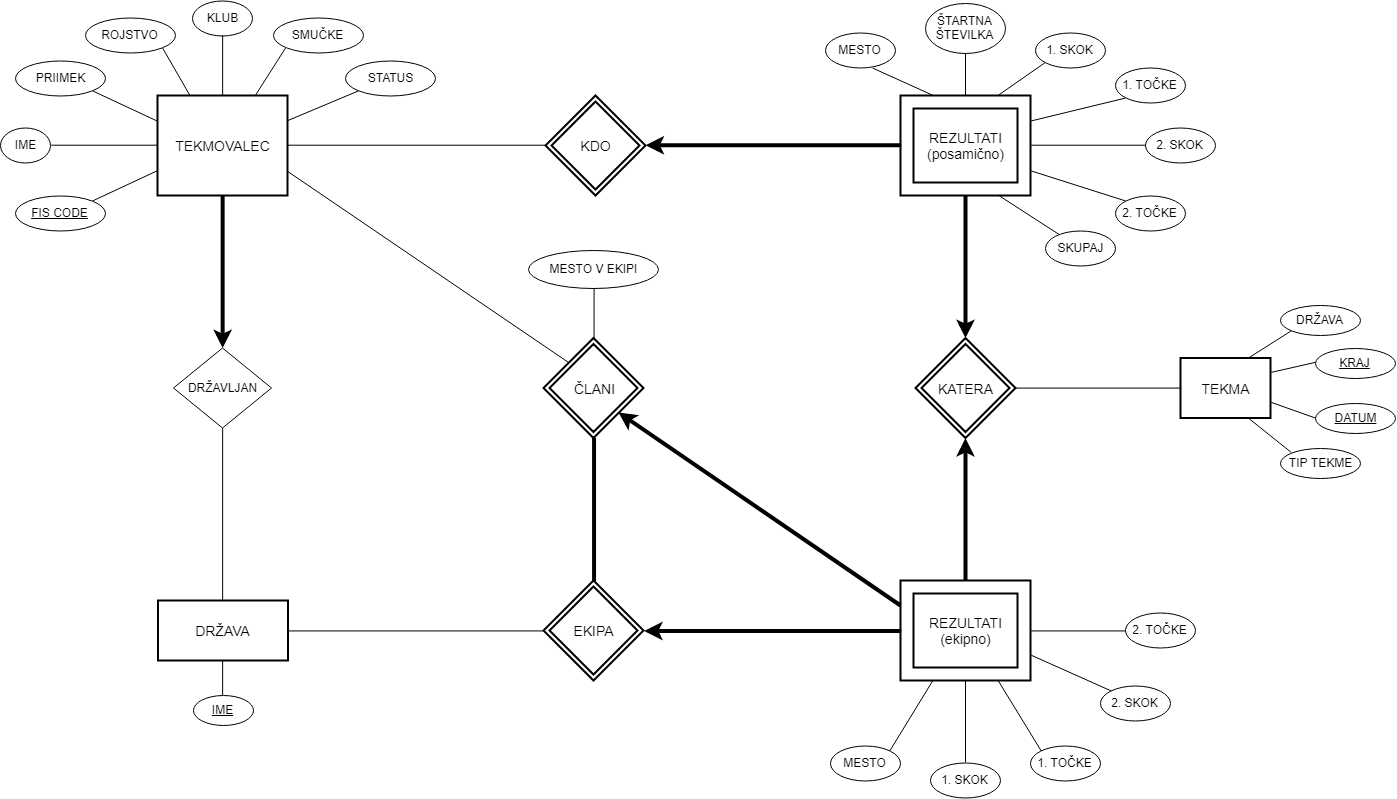
Tejchy85/Skoki keeps this draw.io diagram as ER-diagram.png. Above is the earlier version. Source tidied: cells renumbered, new cells last; positions are measured from the earlier drawing's top-left corner, leaving out a move shared by most shapes.
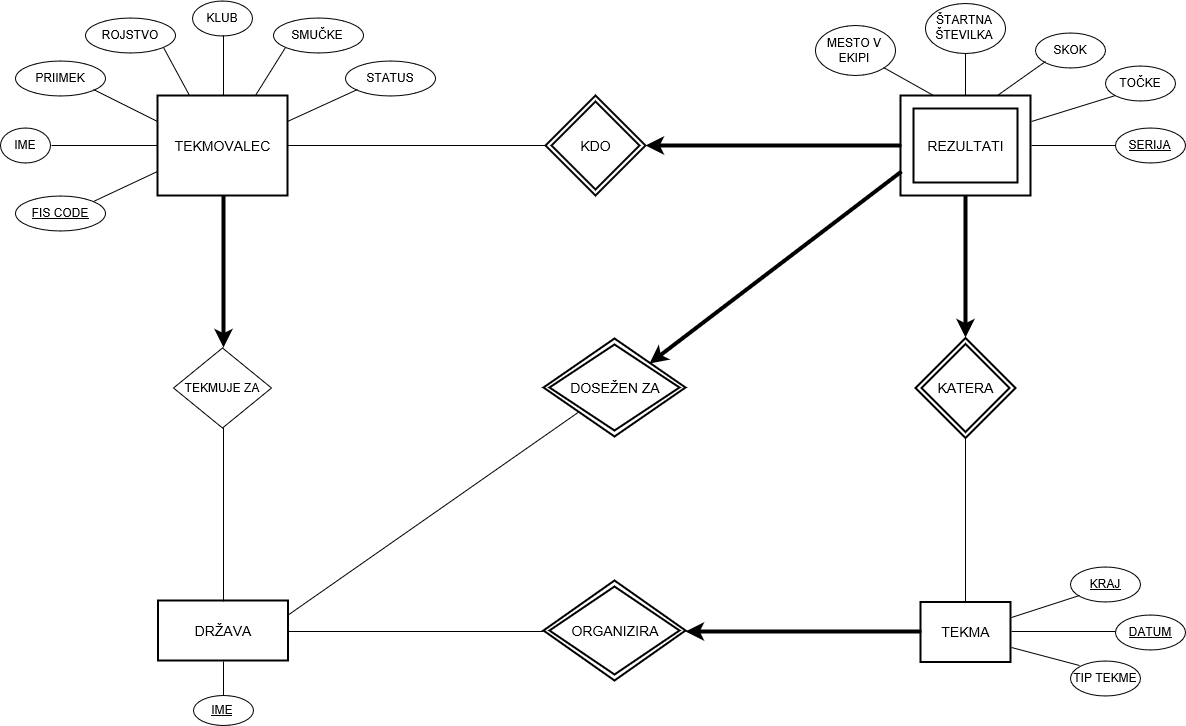
After the commit.

Commit message:
Izboljsali ER-diagram

What changed in the source:
```diff
@@ -2,23 +2,17 @@
   <root>
     <mxCell id="0" />
     <mxCell id="1" parent="0" />
-    <mxCell id="2" value="2. SKOK" style="ellipse;whiteSpace=wrap;html=1;strokeWidth=1;" parent="1" vertex="1">
-      <mxGeometry x="1145" y="127.5" width="70" height="35" as="geometry" />
-    </mxCell>
-    <mxCell id="3" value="1. TOČKE" style="ellipse;whiteSpace=wrap;html=1;strokeWidth=1;" parent="1" vertex="1">
-      <mxGeometry x="1115" y="67.5" width="70" height="35" as="geometry" />
+    <mxCell id="3" value="TOČKE" style="ellipse;whiteSpace=wrap;html=1;strokeWidth=1;" parent="1" vertex="1">
+      <mxGeometry x="1105" y="65" width="70" height="35" as="geometry" />
     </mxCell>
-    <mxCell id="4" value="2. TOČKE" style="ellipse;whiteSpace=wrap;html=1;strokeWidth=1;" parent="1" vertex="1">
-      <mxGeometry x="1115" y="195" width="70" height="35" as="geometry" />
-    </mxCell>
-    <mxCell id="5" value="SKUPAJ" style="ellipse;whiteSpace=wrap;html=1;strokeWidth=1;" parent="1" vertex="1">
-      <mxGeometry x="1045" y="230" width="70" height="35" as="geometry" />
+    <mxCell id="5" value="&lt;u&gt;SERIJA&lt;/u&gt;" style="ellipse;whiteSpace=wrap;html=1;strokeWidth=1;" parent="1" vertex="1">
+      <mxGeometry x="1115" y="127.5" width="70" height="35" as="geometry" />
     </mxCell>
     <mxCell id="6" value="KATERA&lt;br&gt;" style="shape=rhombus;double=1;strokeWidth=2;fontSize=17;perimeter=rhombusPerimeter;whiteSpace=wrap;html=1;align=center;fontSize=14;" parent="1" vertex="1">
       <mxGeometry x="915" y="337.5" width="100" height="100" as="geometry" />
     </mxCell>
     <mxCell id="7" value="TEKMA&lt;br&gt;" style="strokeWidth=2;whiteSpace=wrap;html=1;align=center;fontSize=14;" parent="1" vertex="1">
-      <mxGeometry x="1180" y="357.5" width="90" height="60" as="geometry" />
+      <mxGeometry x="920" y="601.5" width="90" height="60" as="geometry" />
     </mxCell>
     <mxCell id="8" style="edgeStyle=none;rounded=0;jettySize=auto;html=1;exitX=0.5;exitY=1;exitDx=0;exitDy=0;entryX=0.5;entryY=0;entryDx=0;entryDy=0;strokeWidth=4;" parent="1" edge="1" source="9" target="24">
       <mxGeometry relative="1" as="geometry" />
@@ -36,25 +30,22 @@
       <mxGeometry x="15" y="60" width="90" height="35" as="geometry" />
     </mxCell>
     <mxCell id="13" value="KRAJ" style="ellipse;strokeWidth=1;whiteSpace=wrap;html=1;fontStyle=4;" parent="1" vertex="1">
-      <mxGeometry x="1315" y="347.5" width="80" height="30" as="geometry" />
+      <mxGeometry x="1070" y="566.5" width="70" height="35" as="geometry" />
     </mxCell>
     <mxCell id="14" value="ROJSTVO" style="ellipse;whiteSpace=wrap;html=1;" parent="1" vertex="1">
       <mxGeometry x="85" y="17.5" width="90" height="35" as="geometry" />
     </mxCell>
     <mxCell id="15" value="&lt;u&gt;DATUM&lt;/u&gt;" style="ellipse;whiteSpace=wrap;html=1;strokeWidth=1;" parent="1" vertex="1">
-      <mxGeometry x="1315" y="402.5" width="80" height="30" as="geometry" />
+      <mxGeometry x="1115" y="614" width="70" height="35" as="geometry" />
     </mxCell>
     <mxCell id="16" value="KLUB" style="ellipse;whiteSpace=wrap;html=1;" parent="1" vertex="1">
       <mxGeometry x="192" width="60" height="35" as="geometry" />
     </mxCell>
-    <mxCell id="17" value="DRŽAVA" style="ellipse;whiteSpace=wrap;html=1;strokeWidth=1;" parent="1" vertex="1">
-      <mxGeometry x="1280" y="305" width="80" height="30" as="geometry" />
-    </mxCell>
     <mxCell id="18" value="STATUS" style="ellipse;whiteSpace=wrap;html=1;" parent="1" vertex="1">
       <mxGeometry x="345" y="60" width="90" height="35" as="geometry" />
     </mxCell>
     <mxCell id="19" value="&lt;span&gt;TIP TEKME&lt;/span&gt;" style="ellipse;whiteSpace=wrap;html=1;strokeWidth=1;fontStyle=0;" parent="1" vertex="1">
-      <mxGeometry x="1280" y="447.5" width="80" height="30" as="geometry" />
+      <mxGeometry x="1070" y="660" width="70" height="35" as="geometry" />
     </mxCell>
     <mxCell id="20" value="SMUČKE" style="ellipse;whiteSpace=wrap;html=1;" parent="1" vertex="1">
       <mxGeometry x="272.5" y="17.5" width="90" height="35" as="geometry" />
@@ -62,58 +53,37 @@
     <mxCell id="21" value="&lt;u&gt;IME&lt;/u&gt;" style="ellipse;whiteSpace=wrap;html=1;" parent="1" vertex="1">
       <mxGeometry x="192.5" y="695" width="60" height="30" as="geometry" />
     </mxCell>
-    <mxCell id="22" value="MESTO" style="ellipse;whiteSpace=wrap;html=1;" parent="1" vertex="1">
-      <mxGeometry x="825" y="32.5" width="70" height="35" as="geometry" />
+    <mxCell id="22" value="MESTO V EKIPI&lt;br&gt;" style="ellipse;whiteSpace=wrap;html=1;" parent="1" vertex="1">
+      <mxGeometry x="815" y="25" width="80" height="50" as="geometry" />
     </mxCell>
     <mxCell id="23" value="ŠTARTNA ŠTEVILKA" style="ellipse;whiteSpace=wrap;html=1;" parent="1" vertex="1">
       <mxGeometry x="925" y="2.5" width="80" height="50" as="geometry" />
     </mxCell>
-    <mxCell id="24" value="DRŽAVLJAN" style="rhombus;whiteSpace=wrap;html=1;" parent="1" vertex="1">
+    <mxCell id="24" value="TEKMUJE ZA&lt;br&gt;" style="rhombus;whiteSpace=wrap;html=1;" parent="1" vertex="1">
       <mxGeometry x="173" y="347.5" width="98" height="80" as="geometry" />
     </mxCell>
     <mxCell id="25" value="KDO&lt;br&gt;" style="shape=rhombus;double=1;strokeWidth=2;fontSize=17;perimeter=rhombusPerimeter;whiteSpace=wrap;html=1;align=center;fontSize=14;" parent="1" vertex="1">
       <mxGeometry x="545" y="95" width="100" height="100" as="geometry" />
     </mxCell>
-    <mxCell id="26" value="REZULTATI (ekipno)&lt;br&gt;" style="shape=ext;strokeWidth=2;margin=10;double=1;whiteSpace=wrap;html=1;align=center;fontSize=14;" parent="1" vertex="1">
-      <mxGeometry x="900" y="580" width="130" height="100" as="geometry" />
-    </mxCell>
-    <mxCell id="27" value="1. SKOK" style="ellipse;whiteSpace=wrap;html=1;strokeWidth=1;" parent="1" vertex="1">
+    <mxCell id="27" value="SKOK" style="ellipse;whiteSpace=wrap;html=1;strokeWidth=1;" parent="1" vertex="1">
       <mxGeometry x="1035" y="32.5" width="70" height="35" as="geometry" />
     </mxCell>
     <mxCell id="28" value="&lt;u&gt;FIS CODE&lt;/u&gt;" style="ellipse;whiteSpace=wrap;html=1;" parent="1" vertex="1">
       <mxGeometry x="15" y="195" width="90" height="35" as="geometry" />
     </mxCell>
-    <mxCell id="29" value="REZULTATI (posamično)&lt;br&gt;" style="shape=ext;strokeWidth=2;margin=10;double=1;whiteSpace=wrap;html=1;align=center;fontSize=14;" parent="1" vertex="1">
+    <mxCell id="29" value="&lt;div&gt;REZULTATI&lt;/div&gt;" style="shape=ext;strokeWidth=2;margin=10;double=1;whiteSpace=wrap;html=1;align=center;fontSize=14;" parent="1" vertex="1">
       <mxGeometry x="900" y="95" width="130" height="100" as="geometry" />
     </mxCell>
-    <mxCell id="30" value="1. SKOK&lt;br&gt;" style="ellipse;whiteSpace=wrap;html=1;strokeWidth=1;" parent="1" vertex="1">
-      <mxGeometry x="930" y="762.5" width="70" height="35" as="geometry" />
-    </mxCell>
-    <mxCell id="31" value="2. SKOK" style="ellipse;whiteSpace=wrap;html=1;strokeWidth=1;" parent="1" vertex="1">
-      <mxGeometry x="1100" y="685" width="70" height="35" as="geometry" />
-    </mxCell>
-    <mxCell id="32" value="2. TOČKE" style="ellipse;whiteSpace=wrap;html=1;strokeWidth=1;" parent="1" vertex="1">
-      <mxGeometry x="1125" y="612.5" width="70" height="35" as="geometry" />
-    </mxCell>
-    <mxCell id="33" value="MESTO" style="ellipse;whiteSpace=wrap;html=1;strokeWidth=1;" parent="1" vertex="1">
-      <mxGeometry x="830" y="745" width="70" height="35" as="geometry" />
-    </mxCell>
-    <mxCell id="34" value="1. TOČKE" style="ellipse;whiteSpace=wrap;html=1;strokeWidth=1;" parent="1" vertex="1">
-      <mxGeometry x="1030" y="745" width="70" height="35" as="geometry" />
-    </mxCell>
-    <mxCell id="35" value="ČLANI&lt;br&gt;" style="shape=rhombus;double=1;strokeWidth=2;fontSize=17;perimeter=rhombusPerimeter;whiteSpace=wrap;html=1;align=center;fontSize=14;" parent="1" vertex="1">
-      <mxGeometry x="543" y="337.5" width="100" height="100" as="geometry" />
+    <mxCell id="35" value="DOSEŽEN ZA&lt;br&gt;" style="shape=rhombus;double=1;strokeWidth=2;fontSize=17;perimeter=rhombusPerimeter;whiteSpace=wrap;html=1;align=center;fontSize=14;" parent="1" vertex="1">
+      <mxGeometry x="543" y="338" width="142" height="98" as="geometry" />
     </mxCell>
-    <mxCell id="36" value="EKIPA&lt;br&gt;" style="shape=rhombus;double=1;strokeWidth=2;fontSize=17;perimeter=rhombusPerimeter;whiteSpace=wrap;html=1;align=center;fontSize=14;" parent="1" vertex="1">
-      <mxGeometry x="543" y="580" width="100" height="100" as="geometry" />
+    <mxCell id="36" value="ORGANIZIRA&lt;br&gt;" style="shape=rhombus;double=1;strokeWidth=2;fontSize=17;perimeter=rhombusPerimeter;whiteSpace=wrap;html=1;align=center;fontSize=14;" parent="1" vertex="1">
+      <mxGeometry x="543" y="580" width="142" height="100" as="geometry" />
     </mxCell>
-    <mxCell id="37" value="MESTO V EKIPI" style="ellipse;whiteSpace=wrap;html=1;strokeWidth=1;" parent="1" vertex="1">
-      <mxGeometry x="528" y="250" width="130" height="38" as="geometry" />
-    </mxCell>
     <mxCell id="38" style="endArrow=none;html=1;entryX=0;entryY=0.75;entryDx=0;entryDy=0;exitX=1;exitY=0;exitDx=0;exitDy=0;" parent="1" edge="1" source="28" target="9">
       <mxGeometry relative="1" as="geometry" />
     </mxCell>
-    <mxCell id="39" style="endArrow=none;html=1;exitX=0.675;exitY=1.013;exitDx=0;exitDy=0;exitPerimeter=0;entryX=0.25;entryY=0;entryDx=0;entryDy=0;" parent="1" edge="1" source="22" target="29">
+    <mxCell id="39" style="endArrow=none;html=1;exitX=1;exitY=1;exitDx=0;exitDy=0;entryX=0.25;entryY=0;entryDx=0;entryDy=0;" parent="1" edge="1" source="22" target="29">
       <mxGeometry relative="1" as="geometry" />
     </mxCell>
     <mxCell id="40" style="endArrow=none;html=1;entryX=0;entryY=0.5;entryDx=0;entryDy=0;exitX=1;exitY=0.5;exitDx=0;exitDy=0;" parent="1" edge="1" source="10" target="9">
@@ -143,7 +113,7 @@
     <mxCell id="48" style="endArrow=none;html=1;entryX=0;entryY=0.5;entryDx=0;entryDy=0;exitX=1;exitY=0.5;exitDx=0;exitDy=0;" parent="1" edge="1" source="11" target="36">
       <mxGeometry relative="1" as="geometry" />
     </mxCell>
-    <mxCell id="49" style="endArrow=classic;html=1;entryX=1;entryY=0.5;entryDx=0;entryDy=0;exitX=0;exitY=0.5;exitDx=0;exitDy=0;strokeWidth=4;startArrow=none;startFill=0;endFill=1;" parent="1" edge="1" source="26" target="36">
+    <mxCell id="49" style="endArrow=classic;html=1;entryX=1;entryY=0.5;entryDx=0;entryDy=0;exitX=0;exitY=0.5;exitDx=0;exitDy=0;strokeWidth=4;startArrow=none;startFill=0;endFill=1;" parent="1" edge="1" source="7" target="36">
       <mxGeometry relative="1" as="geometry" />
     </mxCell>
     <mxCell id="50" style="endArrow=none;html=1;entryX=0.5;entryY=0;entryDx=0;entryDy=0;" parent="1" edge="1" source="23" target="29">
@@ -155,70 +125,35 @@
     <mxCell id="52" style="endArrow=none;html=1;exitX=0;exitY=1;exitDx=0;exitDy=0;entryX=1;entryY=0.25;entryDx=0;entryDy=0;" parent="1" edge="1" source="3" target="29">
       <mxGeometry relative="1" as="geometry" />
     </mxCell>
-    <mxCell id="53" style="endArrow=none;html=1;entryX=0.25;entryY=1;entryDx=0;entryDy=0;exitX=1;exitY=0;exitDx=0;exitDy=0;" parent="1" edge="1" source="33" target="26">
-      <mxGeometry relative="1" as="geometry" />
-    </mxCell>
-    <mxCell id="54" style="endArrow=none;html=1;exitX=0;exitY=0;exitDx=0;exitDy=0;entryX=1;entryY=0.75;entryDx=0;entryDy=0;" parent="1" edge="1" source="4" target="29">
-      <mxGeometry relative="1" as="geometry" />
-    </mxCell>
-    <mxCell id="55" style="endArrow=none;html=1;exitX=0;exitY=0.5;exitDx=0;exitDy=0;entryX=1;entryY=0.5;entryDx=0;entryDy=0;" parent="1" edge="1" source="2" target="29">
-      <mxGeometry relative="1" as="geometry" />
-    </mxCell>
-    <mxCell id="56" style="endArrow=none;html=1;entryX=0.5;entryY=1;entryDx=0;entryDy=0;exitX=0.5;exitY=0;exitDx=0;exitDy=0;" parent="1" edge="1" source="30" target="26">
-      <mxGeometry relative="1" as="geometry" />
-    </mxCell>
-    <mxCell id="57" style="endArrow=none;html=1;entryX=0.75;entryY=1;entryDx=0;entryDy=0;" parent="1" edge="1" source="5" target="29">
+    <mxCell id="57" style="endArrow=none;html=1;entryX=1;entryY=0.5;entryDx=0;entryDy=0;" parent="1" edge="1" source="5" target="29">
       <mxGeometry relative="1" as="geometry" />
     </mxCell>
-    <mxCell id="58" style="endArrow=none;html=1;exitX=0;exitY=1;exitDx=0;exitDy=0;entryX=0.75;entryY=0;entryDx=0;entryDy=0;" parent="1" edge="1" source="17" target="7">
-      <mxGeometry relative="1" as="geometry" />
-    </mxCell>
-    <mxCell id="59" style="endArrow=none;html=1;entryX=0.75;entryY=1;entryDx=0;entryDy=0;exitX=0;exitY=0;exitDx=0;exitDy=0;" parent="1" edge="1" source="34" target="26">
-      <mxGeometry relative="1" as="geometry" />
-    </mxCell>
-    <mxCell id="60" style="endArrow=none;html=1;entryX=1;entryY=0.75;entryDx=0;entryDy=0;exitX=0;exitY=0;exitDx=0;exitDy=0;" parent="1" edge="1" source="31" target="26">
-      <mxGeometry relative="1" as="geometry" />
-    </mxCell>
-    <mxCell id="61" style="endArrow=none;html=1;exitX=0;exitY=0.5;exitDx=0;exitDy=0;entryX=1;entryY=0.25;entryDx=0;entryDy=0;" parent="1" edge="1" source="13" target="7">
+    <mxCell id="61" style="endArrow=none;html=1;exitX=0;exitY=1;exitDx=0;exitDy=0;entryX=1;entryY=0.25;entryDx=0;entryDy=0;" parent="1" edge="1" source="13" target="7">
       <mxGeometry relative="1" as="geometry" />
     </mxCell>
-    <mxCell id="62" style="endArrow=none;html=1;entryX=1;entryY=0.75;entryDx=0;entryDy=0;exitX=0;exitY=0.5;exitDx=0;exitDy=0;" parent="1" edge="1" source="15" target="7">
+    <mxCell id="62" style="endArrow=none;html=1;entryX=1;entryY=0.5;entryDx=0;entryDy=0;exitX=0;exitY=0.5;exitDx=0;exitDy=0;" parent="1" edge="1" source="15" target="7">
       <mxGeometry relative="1" as="geometry" />
     </mxCell>
-    <mxCell id="63" style="endArrow=none;html=1;exitX=0;exitY=0;exitDx=0;exitDy=0;entryX=0.75;entryY=1;entryDx=0;entryDy=0;" parent="1" edge="1" source="19" target="7">
+    <mxCell id="63" style="endArrow=none;html=1;exitX=0;exitY=0;exitDx=0;exitDy=0;entryX=1;entryY=0.75;entryDx=0;entryDy=0;" parent="1" edge="1" source="19" target="7">
       <mxGeometry relative="1" as="geometry" />
     </mxCell>
-    <mxCell id="64" style="endArrow=none;html=1;exitX=0.5;exitY=0;exitDx=0;exitDy=0;entryX=0.5;entryY=1;entryDx=0;entryDy=0;" parent="1" edge="1" source="35" target="37">
-      <mxGeometry relative="1" as="geometry" />
-    </mxCell>
-    <mxCell id="65" style="endArrow=none;html=1;entryX=1;entryY=0.5;entryDx=0;entryDy=0;exitX=0;exitY=0.5;exitDx=0;exitDy=0;" parent="1" edge="1" source="32" target="26">
-      <mxGeometry relative="1" as="geometry" />
-    </mxCell>
     <mxCell id="66" style="endArrow=none;html=1;exitX=1;exitY=0.5;exitDx=0;exitDy=0;entryX=0;entryY=0.5;entryDx=0;entryDy=0;endFill=0;" parent="1" edge="1" source="9" target="25">
       <mxGeometry relative="1" as="geometry" />
     </mxCell>
     <mxCell id="67" style="endArrow=classic;html=1;entryX=1;entryY=0.5;entryDx=0;entryDy=0;exitX=0;exitY=0.5;exitDx=0;exitDy=0;endFill=1;strokeWidth=4;" parent="1" edge="1" source="29" target="25">
       <mxGeometry relative="1" as="geometry" />
     </mxCell>
-    <mxCell id="68" style="endArrow=none;html=1;exitX=1;exitY=0.75;exitDx=0;exitDy=0;entryX=0;entryY=0;entryDx=0;entryDy=0;strokeWidth=1;endFill=0;" parent="1" edge="1" source="9" target="35">
+    <mxCell id="68" style="endArrow=none;html=1;exitX=1;exitY=0.25;exitDx=0;exitDy=0;entryX=0;entryY=1;entryDx=0;entryDy=0;strokeWidth=1;endFill=0;" parent="1" edge="1" source="11" target="35">
       <mxGeometry relative="1" as="geometry" />
     </mxCell>
-    <mxCell id="69" style="endArrow=none;html=1;strokeWidth=1;entryX=1;entryY=0.5;entryDx=0;entryDy=0;exitX=0;exitY=0.5;exitDx=0;exitDy=0;" parent="1" edge="1" source="7" target="6">
+    <mxCell id="69" style="endArrow=none;html=1;strokeWidth=1;entryX=0.5;entryY=1;entryDx=0;entryDy=0;exitX=0.5;exitY=0;exitDx=0;exitDy=0;" parent="1" edge="1" source="7" target="6">
       <mxGeometry relative="1" as="geometry" />
     </mxCell>
     <mxCell id="70" style="endArrow=classic;html=1;entryX=0.5;entryY=0;entryDx=0;entryDy=0;strokeWidth=4;" parent="1" edge="1" source="29" target="6">
       <mxGeometry relative="1" as="geometry" />
     </mxCell>
-    <mxCell id="71" style="endArrow=classic;html=1;exitX=0.5;exitY=0;exitDx=0;exitDy=0;entryX=0.5;entryY=1;entryDx=0;entryDy=0;strokeWidth=4;" parent="1" edge="1" source="26" target="6">
-      <mxGeometry relative="1" as="geometry" />
-    </mxCell>
-    <mxCell id="72" style="endArrow=none;html=1;strokeWidth=4;entryX=0.5;entryY=0;entryDx=0;entryDy=0;exitX=0.5;exitY=1;exitDx=0;exitDy=0;" parent="1" edge="1" source="35" target="36">
-      <mxGeometry relative="1" as="geometry" />
-    </mxCell>
-    <mxCell id="73" style="endArrow=none;html=1;strokeWidth=4;exitX=1;exitY=1;exitDx=0;exitDy=0;startArrow=classic;startFill=1;" parent="1" edge="1" source="35">
-      <mxGeometry relative="1" as="geometry">
-        <mxPoint x="900" y="605" as="targetPoint" />
-      </mxGeometry>
+    <mxCell id="73" style="endArrow=none;html=1;strokeWidth=4;exitX=1;exitY=0;exitDx=0;exitDy=0;startArrow=classic;startFill=1;entryX=0;entryY=0.75;entryDx=0;entryDy=0;" parent="1" edge="1" source="35" target="29">
+      <mxGeometry relative="1" as="geometry" />
     </mxCell>
   </root>
 </mxGraphModel>
```
